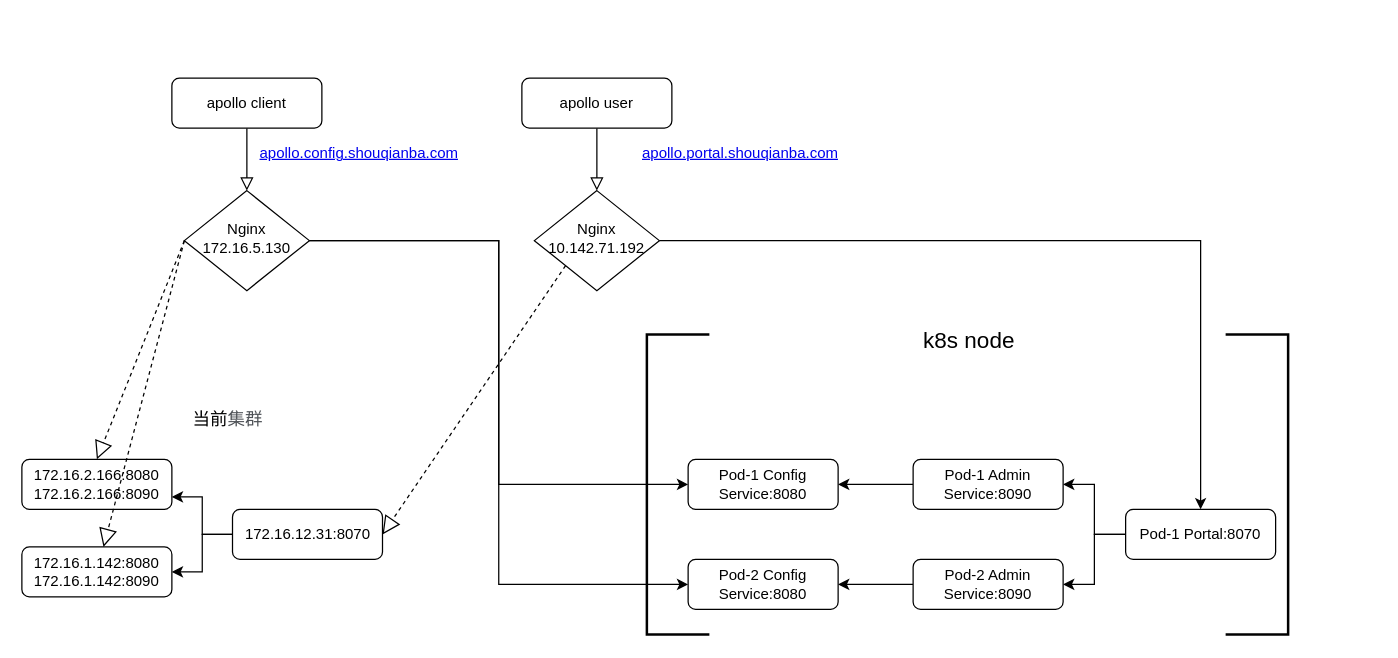
RockyLOMO/devops-java-sample keeps this draw.io diagram as page "2迁移k8s" (5 of 6) of Untitled Diagram.drawio. Above is the earlier version. Source tidied: cells renumbered, new cells numbered last; positions are measured from the earlier drawing's top-left corner, leaving out a move shared by most shapes. Both pictures are drawn from the tidied source at 125%, with x=0, y=0 at pixel (21, 78).
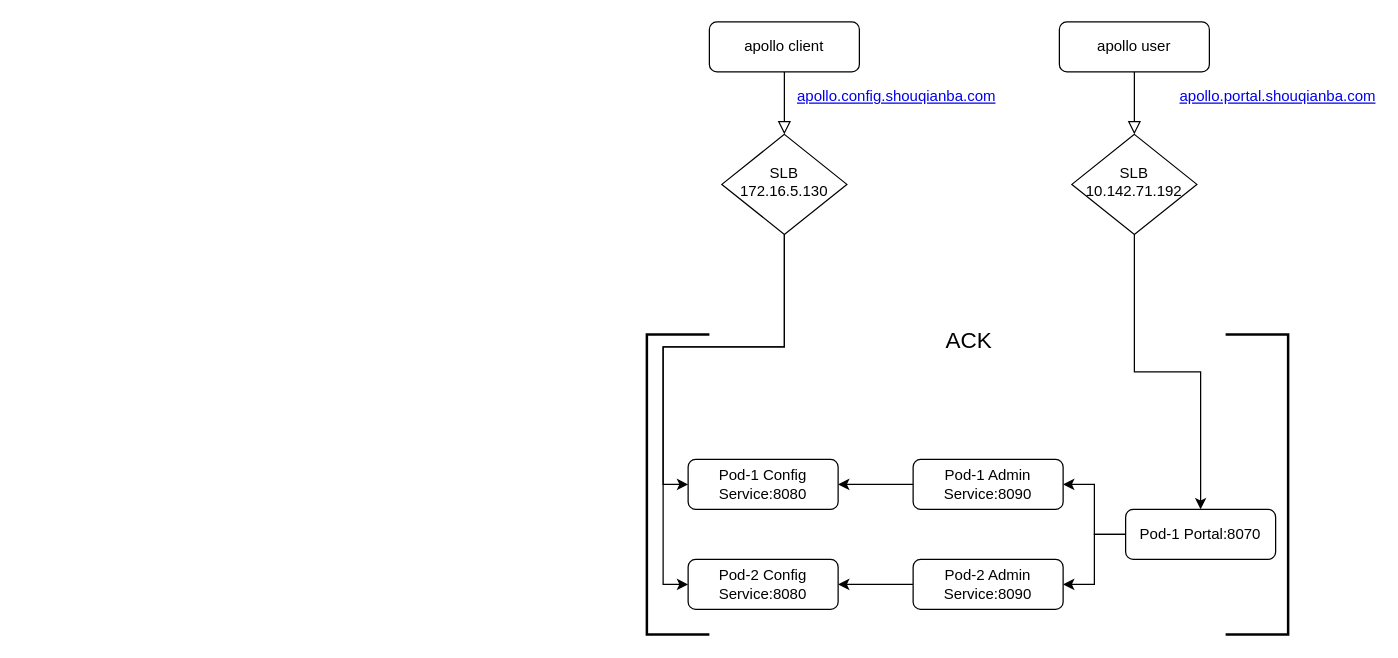
The same page after the edit.

The change refers to these unchanged cells:
```xml
<mxCell id="17" value="Pod-2 Config Service:8080" style="rounded=1;whiteSpace=wrap;html=1;fontSize=12;glass=0;strokeWidth=1;shadow=0;" parent="1" vertex="1">
  <mxGeometry x="533" y="385" width="120" height="40" as="geometry" />
</mxCell>
```

The edit, as a diff of the source:
```diff
@@
     <mxCell id="3" value="apollo client" style="rounded=1;whiteSpace=wrap;html=1;fontSize=12;glass=0;strokeWidth=1;shadow=0;" parent="1" vertex="1">
-      <mxGeometry x="120" width="120" height="40" as="geometry" />
+      <mxGeometry x="550" y="-45" width="120" height="40" as="geometry" />
     </mxCell>
     <mxCell id="4" style="edgeStyle=orthogonalEdgeStyle;rounded=0;jettySize=auto;html=1;entryX=0;entryY=0.5;entryDx=0;entryDy=0;" parent="1" edge="1" source="6" target="17">
-      <mxGeometry relative="1" as="geometry" />
+      <mxGeometry relative="1" as="geometry">
+        <Array as="points">
+          <mxPoint x="610" y="215" />
+          <mxPoint x="513" y="215" />
+          <mxPoint x="513" y="405" />
+        </Array>
+      </mxGeometry>
     </mxCell>
@@
-    <mxCell id="6" value="Nginx&lt;br&gt;172.16.5.130" style="rhombus;whiteSpace=wrap;html=1;shadow=0;fontFamily=Helvetica;fontSize=12;align=center;strokeWidth=1;spacing=6;spacingTop=-4;" parent="1" vertex="1">
-      <mxGeometry x="130" y="90" width="100" height="80" as="geometry" />
+    <mxCell id="6" value="SLB&lt;br&gt;172.16.5.130" style="rhombus;whiteSpace=wrap;html=1;shadow=0;fontFamily=Helvetica;fontSize=12;align=center;strokeWidth=1;spacing=6;spacingTop=-4;" parent="1" vertex="1">
+      <mxGeometry x="560" y="45" width="100" height="80" as="geometry" />
     </mxCell>
     <mxCell id="7" value="&lt;a href=&quot;http://apollo.config.shouqianba.com&quot;&gt;apollo.config.shouqianba.com&lt;/a&gt;" style="text;html=1;strokeColor=none;fillColor=none;align=center;verticalAlign=middle;whiteSpace=wrap;rounded=0;" parent="1" vertex="1">
-      <mxGeometry x="250" y="50" width="40" height="20" as="geometry" />
+      <mxGeometry x="680" y="5" width="40" height="20" as="geometry" />
     </mxCell>
@@
     <mxCell id="9" value="apollo user" style="rounded=1;whiteSpace=wrap;html=1;fontSize=12;glass=0;strokeWidth=1;shadow=0;" parent="1" vertex="1">
-      <mxGeometry x="400" width="120" height="40" as="geometry" />
+      <mxGeometry x="830" y="-45" width="120" height="40" as="geometry" />
     </mxCell>
@@
-    <mxCell id="11" value="Nginx&lt;br&gt;10.142.71.192" style="rhombus;whiteSpace=wrap;html=1;shadow=0;fontFamily=Helvetica;fontSize=12;align=center;strokeWidth=1;spacing=6;spacingTop=-4;" parent="1" vertex="1">
-      <mxGeometry x="410" y="90" width="100" height="80" as="geometry" />
+    <mxCell id="11" value="SLB&lt;br&gt;10.142.71.192" style="rhombus;whiteSpace=wrap;html=1;shadow=0;fontFamily=Helvetica;fontSize=12;align=center;strokeWidth=1;spacing=6;spacingTop=-4;" parent="1" vertex="1">
+      <mxGeometry x="840" y="45" width="100" height="80" as="geometry" />
     </mxCell>
     <mxCell id="12" value="&lt;a href=&quot;http://apollo.portal.shouqianba.com&quot;&gt;apollo.portal.shouqianba.com&lt;/a&gt;" style="text;html=1;strokeColor=none;fillColor=none;align=center;verticalAlign=middle;whiteSpace=wrap;rounded=0;" parent="1" vertex="1">
-      <mxGeometry x="555" y="50" width="40" height="20" as="geometry" />
+      <mxGeometry x="985" y="5" width="40" height="20" as="geometry" />
     </mxCell>
@@
-    <mxCell id="22" value="&lt;font style=&quot;font-size: 18px&quot;&gt;k8s node&lt;/font&gt;" style="text;html=1;strokeColor=none;fillColor=none;align=center;verticalAlign=middle;whiteSpace=wrap;rounded=0;" parent="1" vertex="1">
+    <mxCell id="22" value="&lt;font style=&quot;font-size: 18px&quot;&gt;ACK&lt;/font&gt;" style="text;html=1;strokeColor=none;fillColor=none;align=center;verticalAlign=middle;whiteSpace=wrap;rounded=0;" parent="1" vertex="1">
       <mxGeometry x="713" y="195" width="90" height="30" as="geometry" />
     </mxCell>
@@
-    <mxCell id="25" value="172.16.1.142:8080&lt;br&gt;172.16.1.142:8090" style="rounded=1;whiteSpace=wrap;html=1;fontSize=12;glass=0;strokeWidth=1;shadow=0;" parent="1" vertex="1">
-      <mxGeometry y="375" width="120" height="40" as="geometry" />
-    </mxCell>
-    <mxCell id="26" value="172.16.2.166:8080&lt;br&gt;172.16.2.166:8090" style="rounded=1;whiteSpace=wrap;html=1;fontSize=12;glass=0;strokeWidth=1;shadow=0;" parent="1" vertex="1">
-      <mxGeometry y="305" width="120" height="40" as="geometry" />
-    </mxCell>
-    <mxCell id="27" style="edgeStyle=orthogonalEdgeStyle;rounded=0;jettySize=auto;html=1;entryX=1;entryY=0.75;entryDx=0;entryDy=0;" parent="1" edge="1" source="29" target="26">
-      <mxGeometry relative="1" as="geometry" />
-    </mxCell>
-    <mxCell id="28" style="edgeStyle=orthogonalEdgeStyle;rounded=0;jettySize=auto;html=1;entryX=1;entryY=0.5;entryDx=0;entryDy=0;" parent="1" edge="1" source="29" target="25">
-      <mxGeometry relative="1" as="geometry" />
-    </mxCell>
-    <mxCell id="29" value="172.16.12.31:8070" style="rounded=1;whiteSpace=wrap;html=1;fontSize=12;glass=0;strokeWidth=1;shadow=0;" parent="1" vertex="1">
-      <mxGeometry x="168.5" y="345" width="120" height="40" as="geometry" />
-    </mxCell>
-    <mxCell id="30" value="&lt;font style=&quot;font-size: 14px&quot;&gt;当前&lt;/font&gt;&lt;span style=&quot;color: rgb(77 , 81 , 86) ; font-family: &amp;#34;arial&amp;#34; , sans-serif ; font-size: 14px ; text-align: left ; background-color: rgb(255 , 255 , 255)&quot;&gt;集群&lt;/span&gt;" style="text;html=1;strokeColor=none;fillColor=none;align=center;verticalAlign=middle;whiteSpace=wrap;rounded=0;" parent="1" vertex="1">
-      <mxGeometry x="130" y="260" width="70" height="25" as="geometry" />
-    </mxCell>
-    <mxCell id="31" style="endArrow=block;dashed=1;endFill=0;endSize=12;html=1;entryX=0.5;entryY=0;entryDx=0;entryDy=0;" parent="1" edge="1" target="26">
-      <mxGeometry relative="1" as="geometry">
-        <mxPoint x="130" y="130" as="sourcePoint" />
-      </mxGeometry>
-    </mxCell>
-    <mxCell id="32" style="endArrow=block;dashed=1;endFill=0;endSize=12;html=1;" parent="1" edge="1" target="25">
-      <mxGeometry relative="1" as="geometry">
-        <mxPoint x="130" y="130" as="sourcePoint" />
-      </mxGeometry>
-    </mxCell>
-    <mxCell id="33" style="endArrow=block;dashed=1;endFill=0;endSize=12;html=1;exitX=0;exitY=1;exitDx=0;exitDy=0;entryX=1;entryY=0.5;entryDx=0;entryDy=0;" parent="1" edge="1" source="11" target="29">
-      <mxGeometry relative="1" as="geometry" />
-    </mxCell>
```
